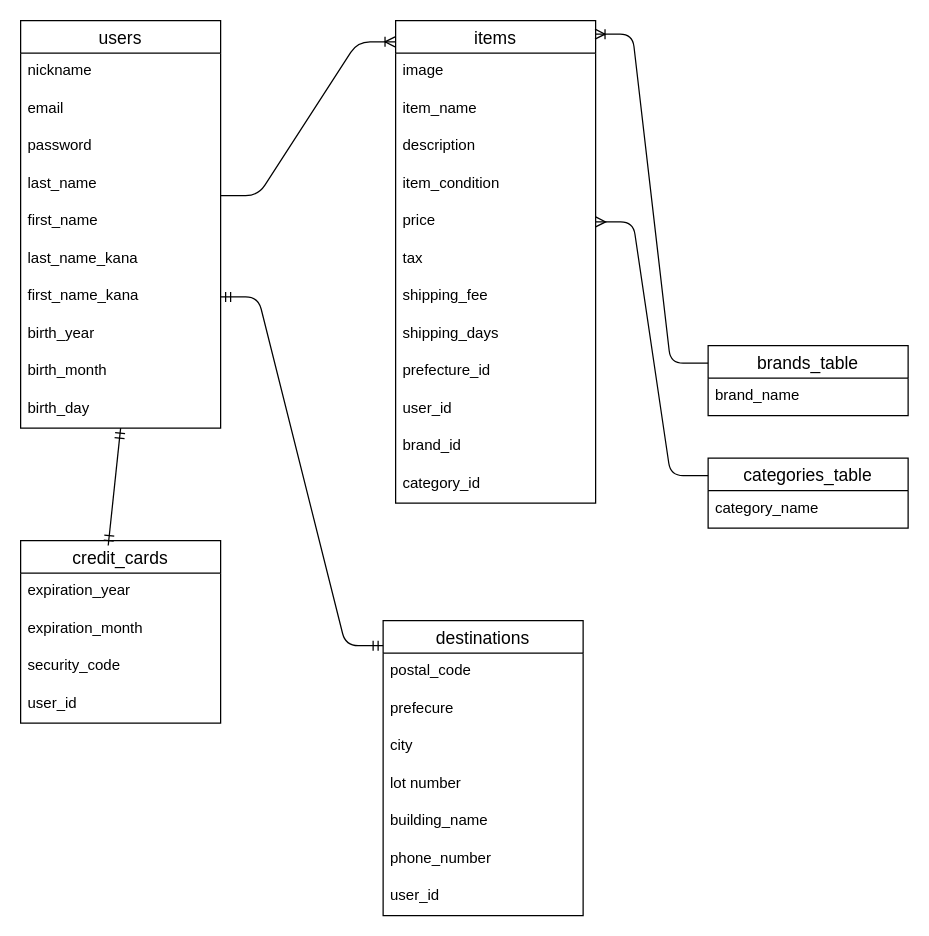
The draw.io diagram furima.dio in yokadai/furima-33926, before the edit. Source tidied: cells renumbered, new cells numbered last; positions are measured from the earlier drawing's top-left corner, leaving out a move shared by most shapes. Both pictures are drawn from the tidied source at 125%, with x=0, y=0 at pixel (20, 20).
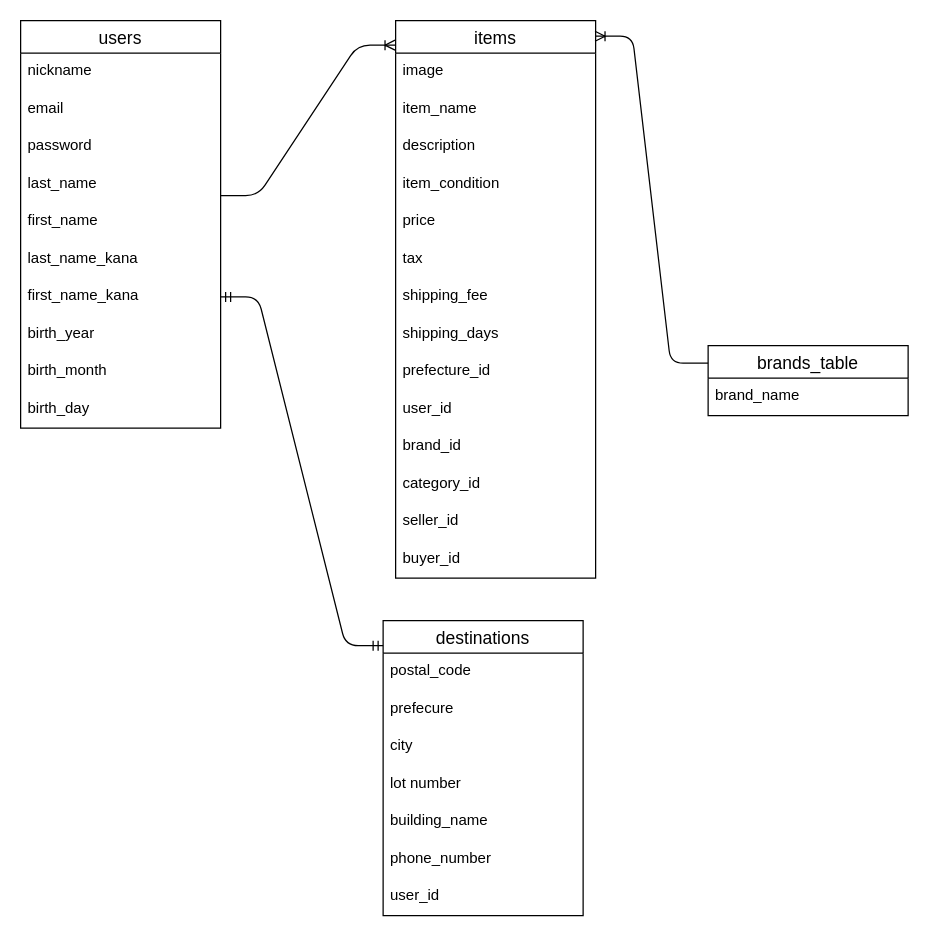
Above is the later version.

Unchanged cells that the change refers to:
```xml
<mxCell id="7" value="price" style="text;strokeColor=none;fillColor=none;spacingLeft=4;spacingRight=4;overflow=hidden;points=[[0,0.5],[1,0.5]];portConstraint=eastwest;fontSize=12;" parent="2" vertex="1">
  <mxGeometry y="146" width="160" height="30" as="geometry" />
</mxCell>
```

What changed in the source:
```diff
@@
     <mxCell id="2" value="items" style="swimlane;fontStyle=0;horizontal=1;startSize=26;align=center;fontSize=14;" parent="1" vertex="1">
-      <mxGeometry x="300" width="160" height="386" as="geometry" />
+      <mxGeometry x="300" width="160" height="446" as="geometry" />
     </mxCell>
@@
+    <mxCell id="48" value="seller_id" style="text;strokeColor=none;fillColor=none;spacingLeft=4;spacingRight=4;overflow=hidden;fontSize=12;" parent="2" vertex="1">
+      <mxGeometry y="386" width="160" height="30" as="geometry" />
+    </mxCell>
+    <mxCell id="49" value="buyer_id" style="text;strokeColor=none;fillColor=none;spacingLeft=4;spacingRight=4;overflow=hidden;fontSize=12;" parent="2" vertex="1">
+      <mxGeometry y="416" width="160" height="30" as="geometry" />
+    </mxCell>
@@
-    <mxCell id="26" value="credit_cards" style="swimlane;fontStyle=0;horizontal=1;startSize=26;align=center;fontSize=14;" parent="1" vertex="1">
-      <mxGeometry y="416" width="160" height="146" as="geometry" />
-    </mxCell>
-    <mxCell id="27" value="expiration_year&#10;" style="text;strokeColor=none;fillColor=none;spacingLeft=4;spacingRight=4;overflow=hidden;fontSize=12;" parent="26" vertex="1">
-      <mxGeometry y="26" width="160" height="30" as="geometry" />
-    </mxCell>
-    <mxCell id="28" value="expiration_month" style="text;strokeColor=none;fillColor=none;spacingLeft=4;spacingRight=4;overflow=hidden;fontSize=12;" parent="26" vertex="1">
-      <mxGeometry y="56" width="160" height="30" as="geometry" />
-    </mxCell>
-    <mxCell id="29" value="security_code" style="text;strokeColor=none;fillColor=none;spacingLeft=4;spacingRight=4;overflow=hidden;fontSize=12;" parent="26" vertex="1">
-      <mxGeometry y="86" width="160" height="30" as="geometry" />
-    </mxCell>
-    <mxCell id="30" value="user_id" style="text;strokeColor=none;fillColor=none;spacingLeft=4;spacingRight=4;overflow=hidden;fontSize=12;" parent="26" vertex="1">
-      <mxGeometry y="116" width="160" height="30" as="geometry" />
-    </mxCell>
@@
-    <mxCell id="41" value="categories_table" style="swimlane;fontStyle=0;horizontal=1;startSize=26;align=center;fontSize=14;" parent="1" vertex="1">
-      <mxGeometry x="550" y="350" width="160" height="56" as="geometry" />
-    </mxCell>
-    <mxCell id="42" value="category_name" style="text;strokeColor=none;fillColor=none;spacingLeft=4;spacingRight=4;overflow=hidden;fontSize=12;" parent="41" vertex="1">
-      <mxGeometry y="26" width="160" height="30" as="geometry" />
-    </mxCell>
-    <mxCell id="43" style="fontSize=12;html=1;endArrow=ERmandOne;startArrow=ERmandOne;exitX=0.438;exitY=0.027;exitDx=0;exitDy=0;exitPerimeter=0;" parent="1" edge="1" source="26">
-      <mxGeometry relative="1" as="geometry">
-        <mxPoint x="80" y="326" as="targetPoint" />
-      </mxGeometry>
-    </mxCell>
@@
-    <mxCell id="47" style="edgeStyle=entityRelationEdgeStyle;fontSize=12;html=1;endArrow=ERmany;exitX=0;exitY=0.25;exitDx=0;exitDy=0;entryX=1;entryY=0.5;entryDx=0;entryDy=0;" parent="1" edge="1" source="41" target="7">
-      <mxGeometry relative="1" as="geometry" />
-    </mxCell>
```
